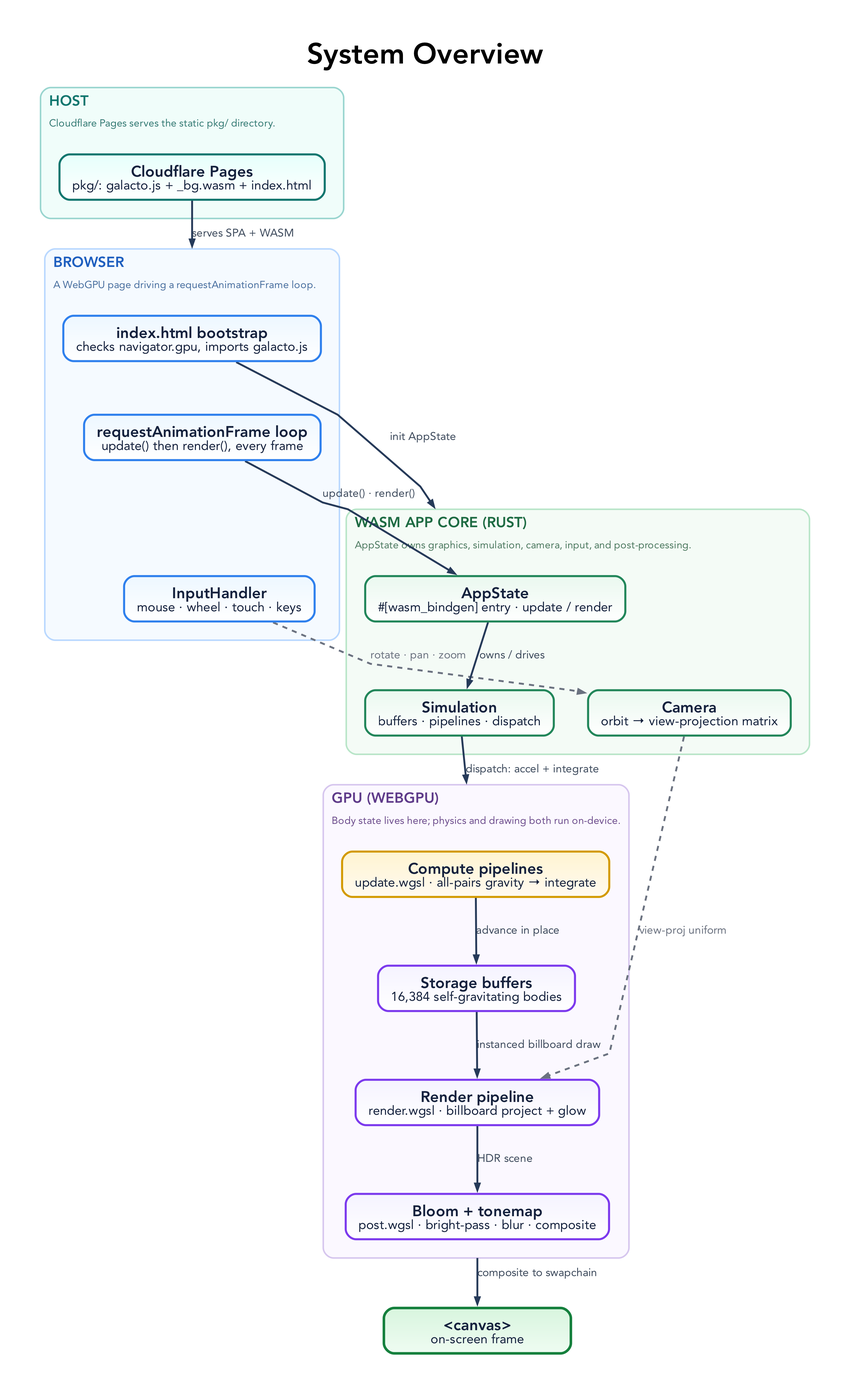
The Graphviz diagram docs/diagrams/system-overview.png in tre-systems/galacto, before a commit. Its source is kept beside it as docs/diagrams/system-overview.dot.
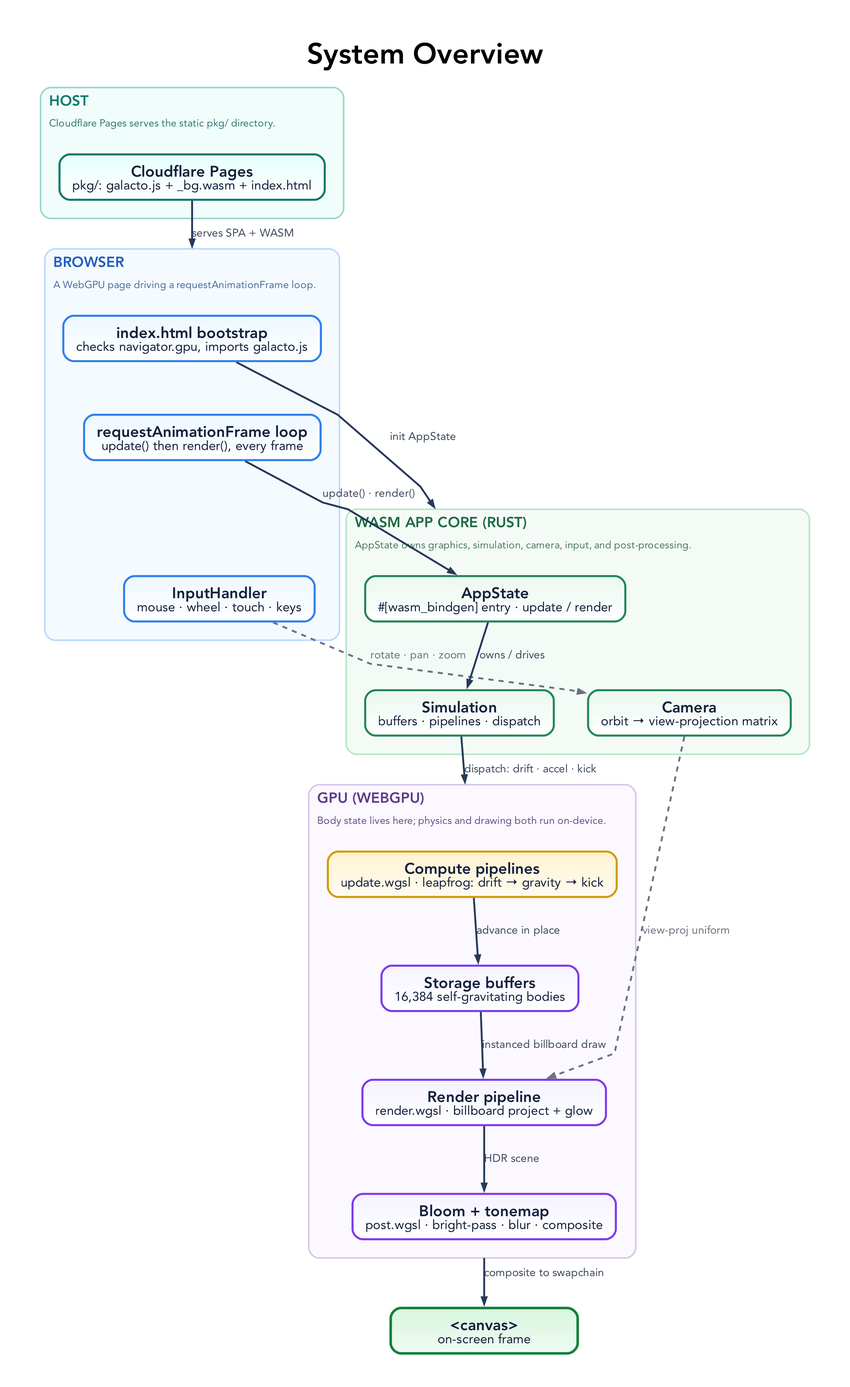
The same diagram one commit later.

Commit message:
feat: leapfrog (DKD) integrator

The edit, as a diff of the source:
```diff
@@ -105,7 +105,7 @@
       labelloc=t, labeljust=l,
       color="#d6c6ee", fillcolor="#fbf8ff", style="rounded,filled", penwidth=1.8, margin=22
     ];
-    G1 [label=<<B>Compute pipelines</B><BR/><FONT POINT-SIZE="15">update.wgsl · all-pairs gravity → integrate</FONT>>, fillcolor="#fff4d1:#fffaf0", color="#d39a00"];
+    G1 [label=<<B>Compute pipelines</B><BR/><FONT POINT-SIZE="15">update.wgsl · leapfrog: drift → gravity → kick</FONT>>, fillcolor="#fff4d1:#fffaf0", color="#d39a00"];
     G2 [label=<<B>Storage buffers</B><BR/><FONT POINT-SIZE="15">16,384 self-gravitating bodies</FONT>>, fillcolor="#f5f3ff:#ffffff", color="#7c3aed"];
     G3 [label=<<B>Render pipeline</B><BR/><FONT POINT-SIZE="15">render.wgsl · billboard project + glow</FONT>>, fillcolor="#f5f3ff:#ffffff", color="#7c3aed"];
     G4 [label=<<B>Bloom + tonemap</B><BR/><FONT POINT-SIZE="15">post.wgsl · bright-pass · blur · composite</FONT>>, fillcolor="#f5f3ff:#ffffff", color="#7c3aed"];
@@ -120,7 +120,7 @@
   B3 -> C2 [label="rotate · pan · zoom", color="#6b7280", fontcolor="#6b7280", style=dashed];
 
   C1 -> C3 [label="owns / drives"];
-  C3 -> G1 [lhead=cluster_gpu, label="dispatch: accel + integrate"];
+  C3 -> G1 [lhead=cluster_gpu, label="dispatch: drift · accel · kick"];
 
   G1 -> G2 [label="advance in place"];
   G2 -> G3 [label="instanced billboard draw"];
```
